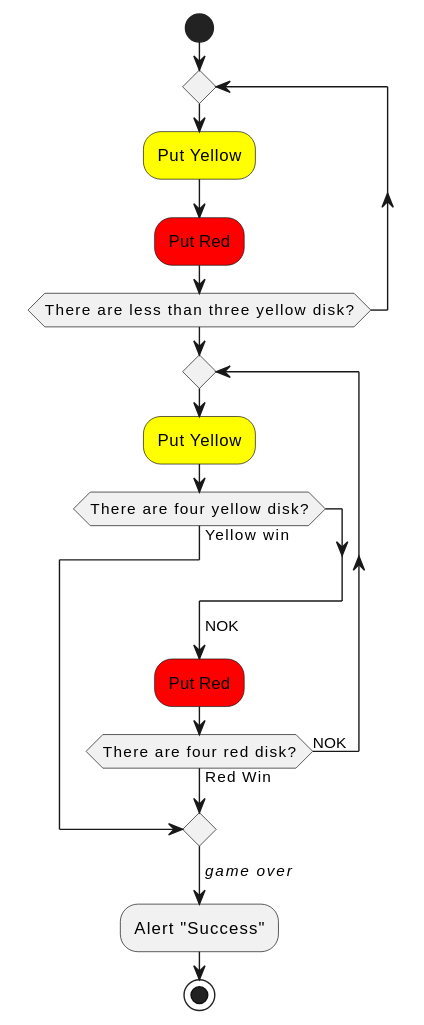
This is 08-disciplinas de software/Conecta4/Conecta4_Activity.svg from Juzzgoo/git_practicas, a PlantUML export, as it was before one commit.
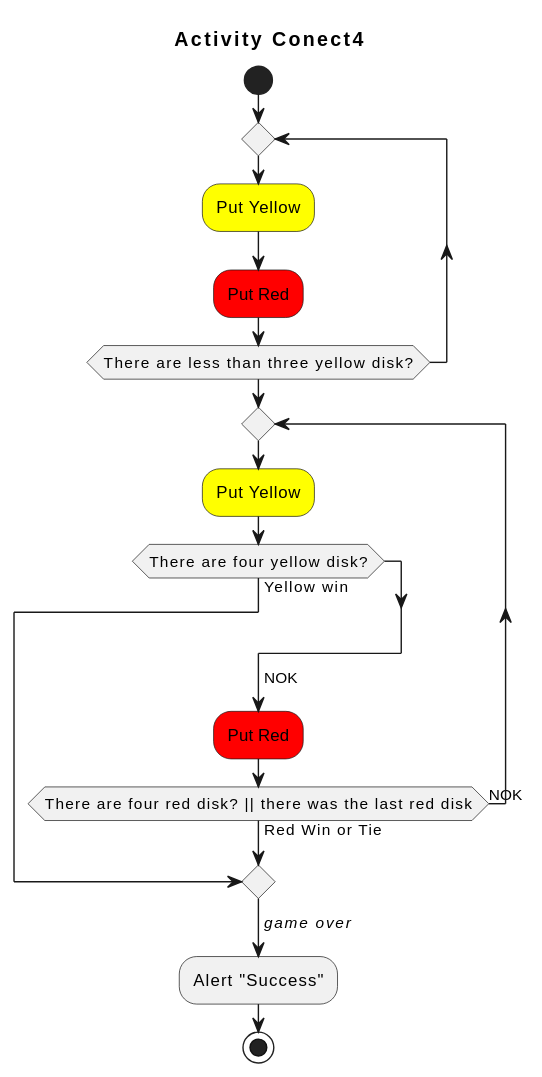
The same file after the commit.

What changed in the source:
```diff
@@ -1,4 +1,5 @@
 @startuml
+title Activity Conect4
 start
 
 repeat
@@ -12,7 +13,7 @@
     endif
     ->NOK;
     #red:Put Red;
-repeat while (There are four red disk?) is (NOK) not (Red Win)
+repeat while (There are four red disk? || there was the last red disk) is (NOK) not (Red Win or Tie)
 ->//game over//;
 :Alert "Success";
 stop
```
